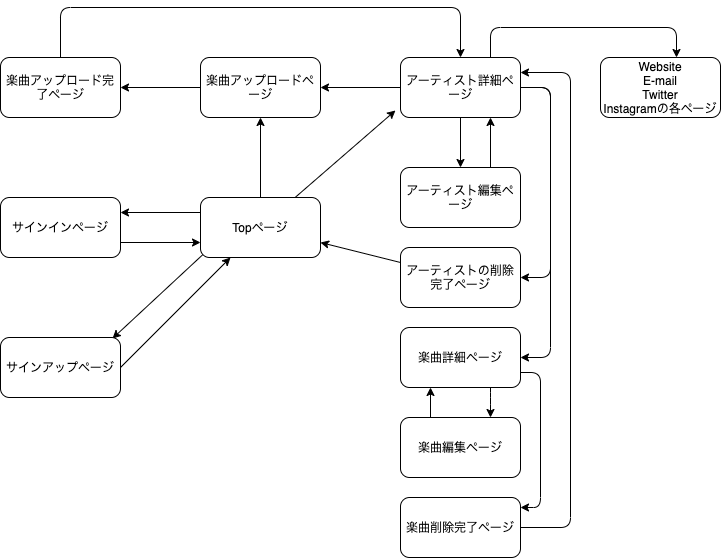
This is std.drawio.png from tattobu28/dig_artist_app, a draw.io export, as it was before one commit. Source tidied: cells renumbered, new cells last; positions are measured from the earlier drawing's top-left corner, leaving out a move shared by most shapes.
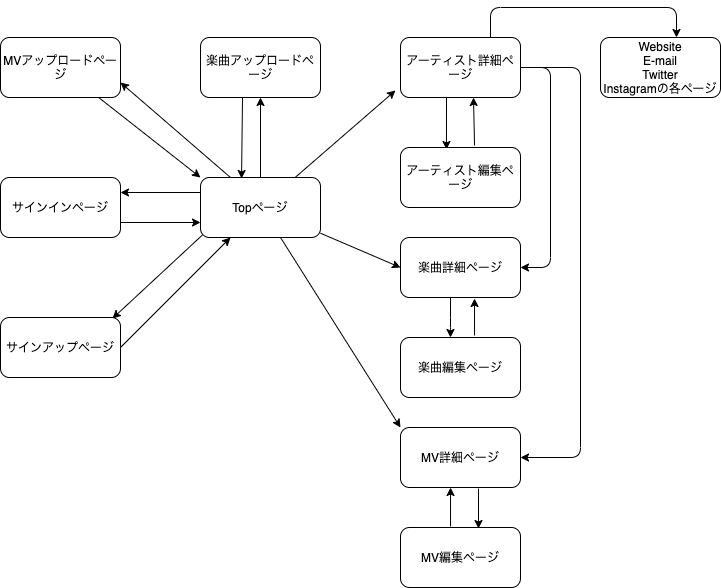
After the commit.

The edit, as a diff of the source:
```diff
@@ -16,6 +16,9 @@
     <mxCell id="5" style="edgeStyle=none;html=1;entryX=-0.042;entryY=0.883;entryDx=0;entryDy=0;entryPerimeter=0;" parent="1" edge="1" source="6" target="20">
       <mxGeometry relative="1" as="geometry" />
     </mxCell>
+    <mxCell id="33" style="edgeStyle=none;html=1;entryX=0;entryY=0.5;entryDx=0;entryDy=0;" parent="1" edge="1" source="6" target="26">
+      <mxGeometry relative="1" as="geometry" />
+    </mxCell>
     <mxCell id="6" value="Topページ" style="rounded=1;whiteSpace=wrap;html=1;" parent="1" vertex="1">
       <mxGeometry x="200" y="190" width="120" height="60" as="geometry" />
     </mxCell>
@@ -31,108 +34,103 @@
     <mxCell id="10" value="サインアップページ" style="whiteSpace=wrap;html=1;rounded=1;" parent="1" vertex="1">
       <mxGeometry y="330" width="120" height="60" as="geometry" />
     </mxCell>
-    <mxCell id="11" style="edgeStyle=none;html=1;" parent="1" edge="1" source="12" target="14">
-      <mxGeometry relative="1" as="geometry" />
-    </mxCell>
+    <mxCell id="34" style="edgeStyle=none;html=1;exitX=0.35;exitY=1;exitDx=0;exitDy=0;entryX=0.342;entryY=0.017;entryDx=0;entryDy=0;exitPerimeter=0;entryPerimeter=0;" parent="1" edge="1" source="12" target="6">
+      <mxGeometry relative="1" as="geometry" />
+    </mxCell>
     <mxCell id="12" value="楽曲アップロードページ" style="whiteSpace=wrap;html=1;rounded=1;" parent="1" vertex="1">
       <mxGeometry x="200" y="50" width="120" height="60" as="geometry" />
     </mxCell>
-    <mxCell id="13" style="edgeStyle=orthogonalEdgeStyle;html=1;" parent="1" edge="1" source="14" target="20">
-      <mxGeometry relative="1" as="geometry">
-        <Array as="points">
-          <mxPoint x="60" />
-          <mxPoint x="460" />
-        </Array>
-      </mxGeometry>
-    </mxCell>
-    <mxCell id="14" value="楽曲アップロード完了ページ" style="whiteSpace=wrap;html=1;rounded=1;" parent="1" vertex="1">
-      <mxGeometry y="50" width="120" height="60" as="geometry" />
-    </mxCell>
-    <mxCell id="15" style="edgeStyle=none;html=1;" parent="1" edge="1" source="20" target="12">
-      <mxGeometry relative="1" as="geometry" />
-    </mxCell>
-    <mxCell id="16" style="edgeStyle=none;html=1;" parent="1" edge="1" source="20" target="22">
-      <mxGeometry relative="1" as="geometry" />
+    <mxCell id="16" style="edgeStyle=none;html=1;entryX=0.383;entryY=0.033;entryDx=0;entryDy=0;entryPerimeter=0;" parent="1" edge="1" target="22">
+      <mxGeometry relative="1" as="geometry">
+        <mxPoint x="446" y="110" as="sourcePoint" />
+      </mxGeometry>
     </mxCell>
-    <mxCell id="17" style="edgeStyle=orthogonalEdgeStyle;html=1;" parent="1" edge="1" source="20" target="24">
-      <mxGeometry relative="1" as="geometry">
-        <Array as="points">
-          <mxPoint x="550" y="80" />
-          <mxPoint x="550" y="270" />
-        </Array>
-      </mxGeometry>
-    </mxCell>
+    <mxCell id="19" style="edgeStyle=orthogonalEdgeStyle;html=1;" parent="1" edge="1" source="20" target="32">
+      <mxGeometry relative="1" as="geometry">
+        <Array as="points">
+          <mxPoint x="490" y="20" />
+          <mxPoint x="676" y="20" />
+        </Array>
+      </mxGeometry>
+    </mxCell>
-    <mxCell id="18" style="edgeStyle=orthogonalEdgeStyle;html=1;exitX=1;exitY=0.5;exitDx=0;exitDy=0;" parent="1" edge="1" source="20" target="26">
+    <mxCell id="18" style="edgeStyle=orthogonalEdgeStyle;html=1;entryX=1;entryY=0.5;entryDx=0;entryDy=0;" parent="1" edge="1" source="20" target="26">
       <mxGeometry relative="1" as="geometry">
         <Array as="points">
           <mxPoint x="550" y="80" />
-          <mxPoint x="550" y="350" />
+          <mxPoint x="550" y="280" />
         </Array>
       </mxGeometry>
     </mxCell>
-    <mxCell id="19" style="edgeStyle=orthogonalEdgeStyle;html=1;" parent="1" edge="1" source="20" target="32">
-      <mxGeometry relative="1" as="geometry">
-        <Array as="points">
-          <mxPoint x="490" y="20" />
-          <mxPoint x="676" y="20" />
-        </Array>
-      </mxGeometry>
-    </mxCell>
     <mxCell id="20" value="アーティスト詳細ページ" style="whiteSpace=wrap;html=1;rounded=1;" parent="1" vertex="1">
       <mxGeometry x="400" y="50" width="120" height="60" as="geometry" />
     </mxCell>
-    <mxCell id="21" style="edgeStyle=none;html=1;exitX=0.75;exitY=0;exitDx=0;exitDy=0;entryX=0.75;entryY=1;entryDx=0;entryDy=0;" parent="1" edge="1" source="22" target="20">
-      <mxGeometry relative="1" as="geometry" />
+    <mxCell id="21" style="edgeStyle=none;html=1;exitX=0.617;exitY=-0.033;exitDx=0;exitDy=0;exitPerimeter=0;" parent="1" edge="1" source="22">
+      <mxGeometry relative="1" as="geometry">
+        <mxPoint x="473" y="110" as="targetPoint" />
+      </mxGeometry>
     </mxCell>
     <mxCell id="22" value="アーティスト編集ページ" style="whiteSpace=wrap;html=1;rounded=1;" parent="1" vertex="1">
       <mxGeometry x="400" y="160" width="120" height="60" as="geometry" />
     </mxCell>
-    <mxCell id="23" style="edgeStyle=none;html=1;" parent="1" edge="1" source="24" target="6">
-      <mxGeometry relative="1" as="geometry" />
-    </mxCell>
-    <mxCell id="24" value="アーティストの削除完了ページ" style="whiteSpace=wrap;html=1;rounded=1;" parent="1" vertex="1">
-      <mxGeometry x="400" y="240" width="120" height="60" as="geometry" />
-    </mxCell>
     <mxCell id="25" style="edgeStyle=orthogonalEdgeStyle;html=1;" parent="1" edge="1" source="26" target="29">
       <mxGeometry relative="1" as="geometry">
         <Array as="points">
-          <mxPoint x="490" y="390" />
-          <mxPoint x="490" y="390" />
+          <mxPoint x="450" y="340" />
+          <mxPoint x="450" y="340" />
         </Array>
       </mxGeometry>
     </mxCell>
     <mxCell id="26" value="楽曲詳細ページ" style="rounded=1;whiteSpace=wrap;html=1;" parent="1" vertex="1">
-      <mxGeometry x="400" y="320" width="120" height="60" as="geometry" />
+      <mxGeometry x="400" y="250" width="120" height="60" as="geometry" />
     </mxCell>
-    <mxCell id="27" style="edgeStyle=orthogonalEdgeStyle;html=1;" parent="1" edge="1" source="26" target="31">
-      <mxGeometry relative="1" as="geometry">
-        <Array as="points">
-          <mxPoint x="540" y="365" />
-          <mxPoint x="540" y="500" />
-        </Array>
-      </mxGeometry>
-    </mxCell>
     <mxCell id="28" style="html=1;exitX=0.25;exitY=0;exitDx=0;exitDy=0;" parent="1" edge="1" source="29">
       <mxGeometry relative="1" as="geometry">
         <mxPoint x="430" y="380" as="targetPoint" />
       </mxGeometry>
     </mxCell>
+    <mxCell id="32" value="Website&lt;br&gt;E-mail&lt;br&gt;Twitter&lt;br&gt;Instagramの各ページ" style="rounded=1;whiteSpace=wrap;html=1;" parent="1" vertex="1">
+      <mxGeometry x="600" y="50" width="120" height="60" as="geometry" />
+    </mxCell>
+    <mxCell id="35" style="edgeStyle=none;html=1;entryX=0.617;entryY=1.017;entryDx=0;entryDy=0;entryPerimeter=0;exitX=0.617;exitY=-0.033;exitDx=0;exitDy=0;exitPerimeter=0;" parent="1" edge="1" source="29" target="26">
+      <mxGeometry relative="1" as="geometry" />
+    </mxCell>
     <mxCell id="29" value="楽曲編集ページ" style="whiteSpace=wrap;html=1;rounded=1;" parent="1" vertex="1">
-      <mxGeometry x="400" y="410" width="120" height="60" as="geometry" />
+      <mxGeometry x="400" y="350" width="120" height="60" as="geometry" />
     </mxCell>
-    <mxCell id="30" style="edgeStyle=orthogonalEdgeStyle;html=1;" parent="1" edge="1" source="31" target="20">
-      <mxGeometry relative="1" as="geometry">
-        <Array as="points">
-          <mxPoint x="570" y="520" />
-          <mxPoint x="570" y="65" />
-        </Array>
-      </mxGeometry>
-    </mxCell>
-    <mxCell id="31" value="楽曲削除完了ページ" style="whiteSpace=wrap;html=1;rounded=1;" parent="1" vertex="1">
-      <mxGeometry x="400" y="490" width="120" height="60" as="geometry" />
-    </mxCell>
-    <mxCell id="32" value="Website&lt;br&gt;E-mail&lt;br&gt;Twitter&lt;br&gt;Instagramの各ページ" style="rounded=1;whiteSpace=wrap;html=1;" parent="1" vertex="1">
-      <mxGeometry x="600" y="50" width="120" height="60" as="geometry" />
-    </mxCell>
+    <mxCell id="36" style="edgeStyle=none;html=1;exitX=0.65;exitY=1.017;exitDx=0;exitDy=0;exitPerimeter=0;entryX=0.65;entryY=0.017;entryDx=0;entryDy=0;entryPerimeter=0;" parent="1" edge="1" source="37" target="39">
+      <mxGeometry relative="1" as="geometry" />
+    </mxCell>
+    <mxCell id="37" value="MV詳細ページ" style="rounded=1;whiteSpace=wrap;html=1;" parent="1" vertex="1">
+      <mxGeometry x="400" y="440" width="120" height="60" as="geometry" />
+    </mxCell>
+    <mxCell id="38" style="edgeStyle=none;html=1;entryX=0.417;entryY=1;entryDx=0;entryDy=0;entryPerimeter=0;exitX=0.417;exitY=-0.017;exitDx=0;exitDy=0;exitPerimeter=0;" parent="1" edge="1" source="39" target="37">
+      <mxGeometry relative="1" as="geometry" />
+    </mxCell>
+    <mxCell id="39" value="MV編集ページ" style="whiteSpace=wrap;html=1;rounded=1;" parent="1" vertex="1">
+      <mxGeometry x="400" y="540" width="120" height="60" as="geometry" />
+    </mxCell>
+    <mxCell id="40" style="edgeStyle=none;html=1;entryX=0;entryY=0;entryDx=0;entryDy=0;" parent="1" edge="1" target="37">
+      <mxGeometry relative="1" as="geometry">
+        <mxPoint x="280" y="250" as="sourcePoint" />
+      </mxGeometry>
+    </mxCell>
+    <mxCell id="41" style="edgeStyle=orthogonalEdgeStyle;html=1;entryX=1;entryY=0.5;entryDx=0;entryDy=0;" parent="1" edge="1" target="37">
+      <mxGeometry relative="1" as="geometry">
+        <mxPoint x="530" y="80" as="sourcePoint" />
+        <Array as="points">
+          <mxPoint x="580" y="80" />
+          <mxPoint x="580" y="470" />
+        </Array>
+      </mxGeometry>
+    </mxCell>
+    <mxCell id="42" style="edgeStyle=none;html=1;entryX=0;entryY=0;entryDx=0;entryDy=0;" parent="1" edge="1" source="43" target="6">
+      <mxGeometry relative="1" as="geometry" />
+    </mxCell>
+    <mxCell id="43" value="MVアップロードページ" style="whiteSpace=wrap;html=1;rounded=1;" parent="1" vertex="1">
+      <mxGeometry y="50" width="120" height="60" as="geometry" />
+    </mxCell>
+    <mxCell id="44" style="edgeStyle=none;html=1;exitX=0.25;exitY=0;exitDx=0;exitDy=0;entryX=1;entryY=0.75;entryDx=0;entryDy=0;" parent="1" edge="1" source="6" target="43">
+      <mxGeometry relative="1" as="geometry" />
+    </mxCell>
   </root>
 </mxGraphModel>
```
